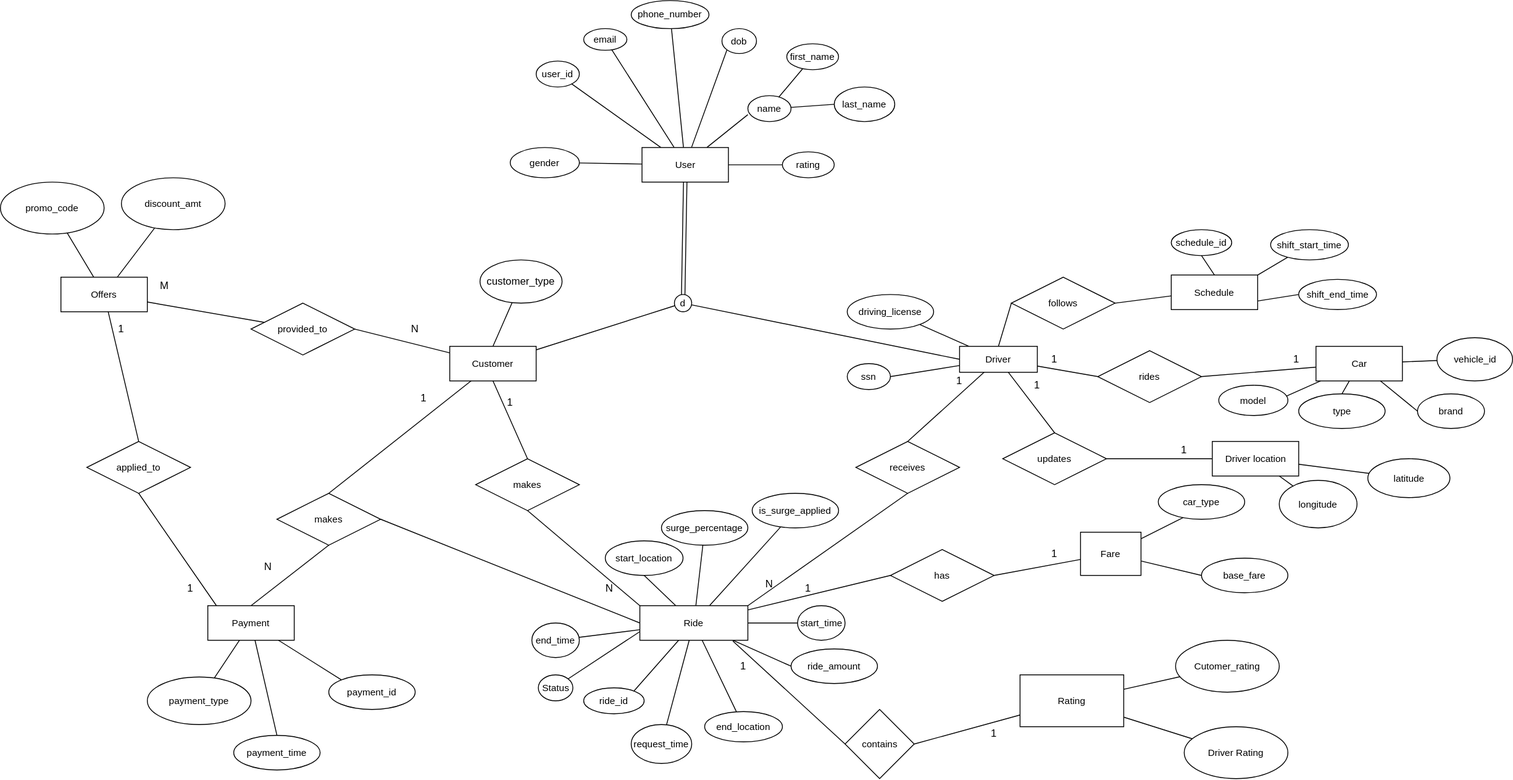
This is Uber backend.svg from NandhiniPeriyasamy13/Uber-backend-database-design, a draw.io export, as it was before one commit. Source tidied: cells renumbered, new cells last; positions are measured from the earlier drawing's top-left corner, leaving out a move shared by most shapes.
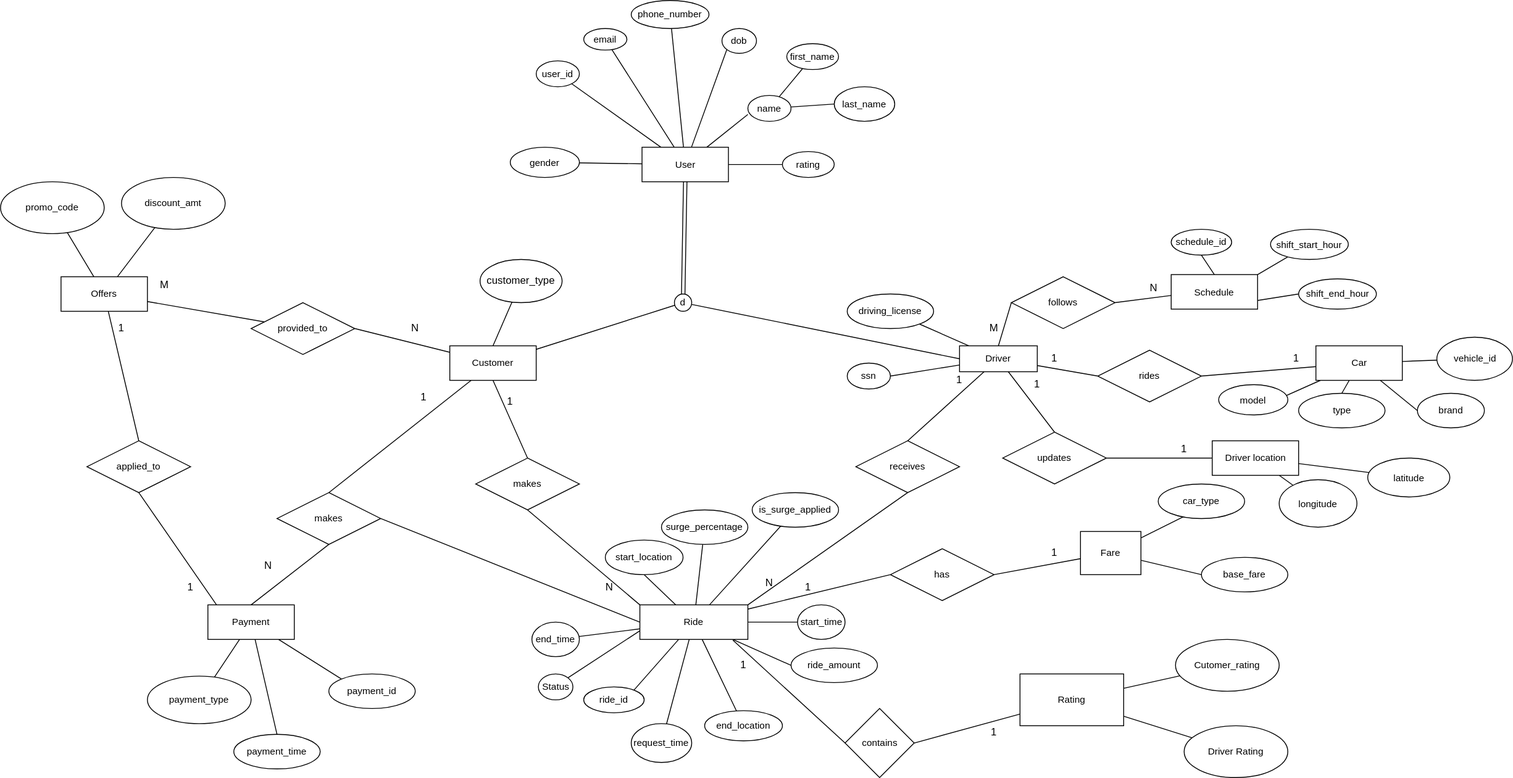
After the change.

The edit, as a diff of the source:
```diff
@@ -436,11 +436,17 @@
     <mxCell id="143" value="schedule_id" style="ellipse;whiteSpace=wrap;html=1;align=center;rounded=0;fontSize=11;labelBackgroundColor=#ffffff;endFill=0;startFill=0;" parent="1" vertex="1">
       <mxGeometry x="1355" y="265" width="70" height="30" as="geometry" />
     </mxCell>
-    <mxCell id="144" value="shift_start_time" style="ellipse;whiteSpace=wrap;html=1;align=center;rounded=0;fontSize=11;labelBackgroundColor=#ffffff;endFill=0;startFill=0;" parent="1" vertex="1">
+    <mxCell id="144" value="shift_start_hour" style="ellipse;whiteSpace=wrap;html=1;align=center;rounded=0;fontSize=11;labelBackgroundColor=#ffffff;endFill=0;startFill=0;" parent="1" vertex="1">
       <mxGeometry x="1470" y="265" width="90" height="35" as="geometry" />
     </mxCell>
-    <mxCell id="145" value="shift_end_time" style="ellipse;whiteSpace=wrap;html=1;align=center;rounded=0;fontSize=11;labelBackgroundColor=#ffffff;endFill=0;startFill=0;" parent="1" vertex="1">
+    <mxCell id="145" value="shift_end_hour" style="ellipse;whiteSpace=wrap;html=1;align=center;rounded=0;fontSize=11;labelBackgroundColor=#ffffff;endFill=0;startFill=0;" parent="1" vertex="1">
       <mxGeometry x="1502.5" y="322.5" width="90" height="35" as="geometry" />
     </mxCell>
+    <mxCell id="146" value="M" style="text;html=1;strokeColor=none;fillColor=none;align=center;verticalAlign=middle;whiteSpace=wrap;rounded=0;" parent="1" vertex="1">
+      <mxGeometry x="1130" y="370" width="40" height="20" as="geometry" />
+    </mxCell>
+    <mxCell id="147" value="N" style="text;html=1;strokeColor=none;fillColor=none;align=center;verticalAlign=middle;whiteSpace=wrap;rounded=0;" parent="1" vertex="1">
+      <mxGeometry x="1315" y="322.5" width="40" height="20" as="geometry" />
+    </mxCell>
   </root>
 </mxGraphModel>
```
